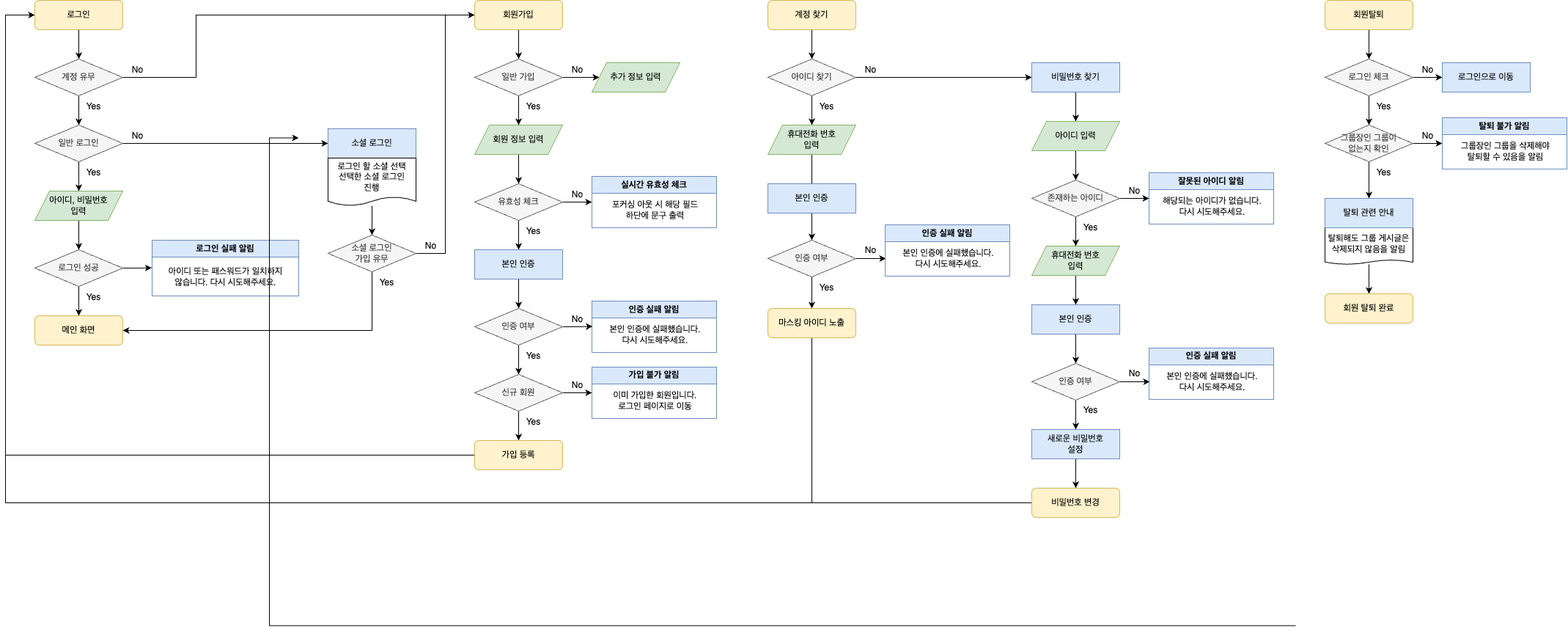
This is user_flow_chart.png from oka3ri/we-check-money, a draw.io export, as it was before one commit. Source tidied: cells renumbered, new cells last; positions are measured from the earlier drawing's top-left corner, leaving out a move shared by most shapes.
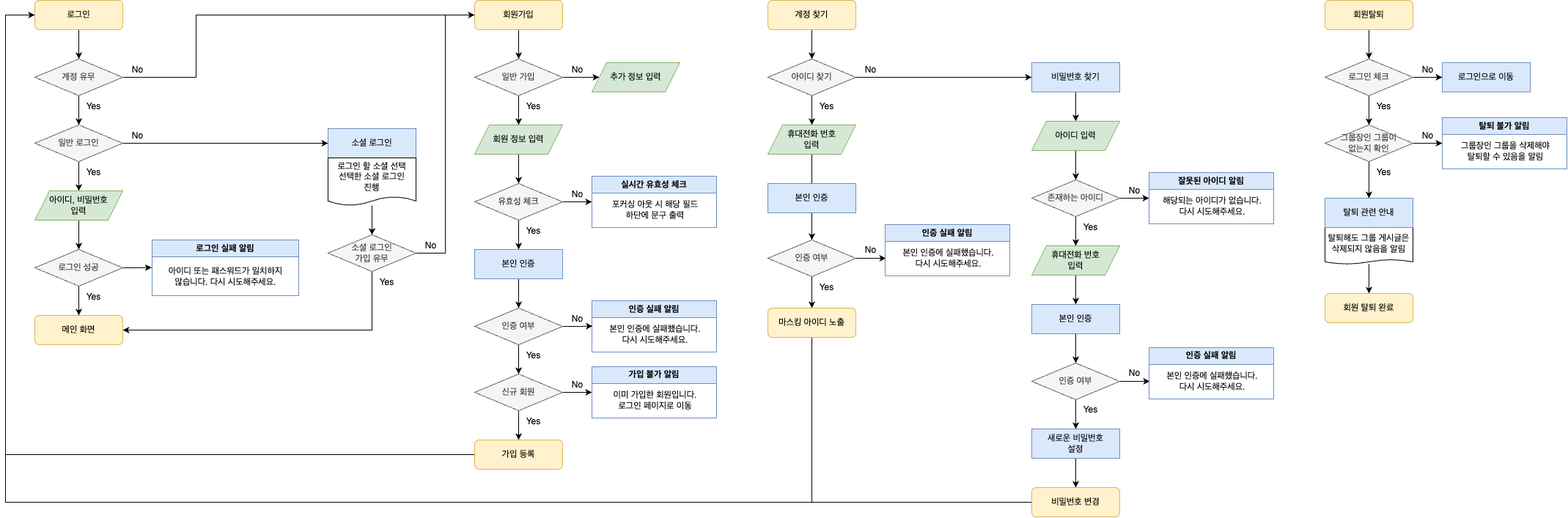
The same diagram one commit later.

Commit message:
update user flow chart

The edit, as a diff of the source:
```diff
@@ -395,16 +395,6 @@
     <mxCell id="124" value="No" style="text;html=1;align=center;verticalAlign=middle;strokeColor=none;fillColor=none;" parent="1" vertex="1">
       <mxGeometry x="1160" y="326" width="40" height="30" as="geometry" />
     </mxCell>
-    <mxCell id="125" style="edgeStyle=orthogonalEdgeStyle;rounded=0;orthogonalLoop=1;jettySize=auto;html=1;entryX=0;entryY=0.5;entryDx=0;entryDy=0;" parent="1" edge="1">
-      <mxGeometry relative="1" as="geometry">
-        <mxPoint x="1760" y="852.5" as="sourcePoint" />
-        <mxPoint x="400" y="187.5" as="targetPoint" />
-        <Array as="points">
-          <mxPoint x="360" y="852.5" />
-          <mxPoint x="360" y="187.5" />
-        </Array>
-      </mxGeometry>
-    </mxCell>
     <mxCell id="126" value="No" style="text;html=1;align=center;verticalAlign=middle;strokeColor=none;fillColor=none;" parent="1" vertex="1">
       <mxGeometry x="1520" y="245" width="40" height="30" as="geometry" />
     </mxCell>
```
